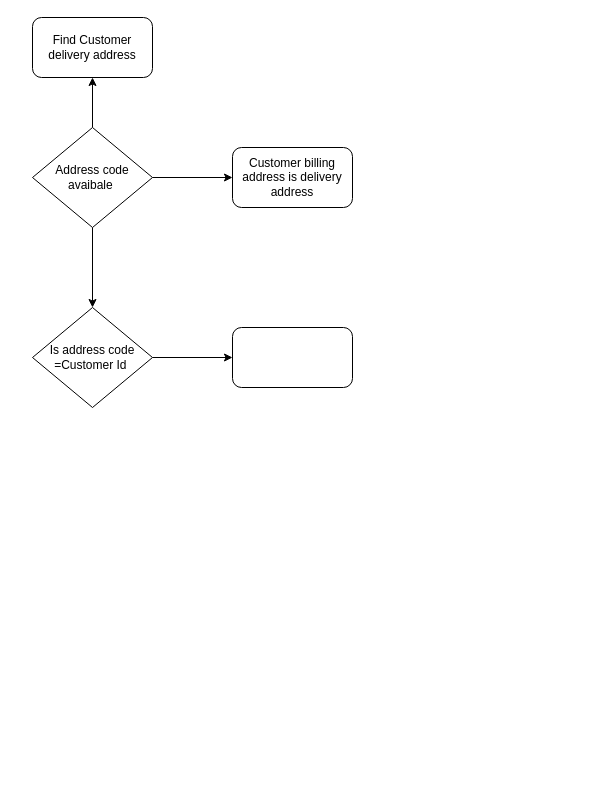
Earlier version of the draw.io diagram Untitled Diagram.drawio (sharmilasonavane24/az204). Source tidied: cells renumbered, new cells numbered last; positions are measured from the earlier drawing's top-left corner, leaving out a move shared by most shapes. Both pictures are drawn from the tidied source at 100%, with x=0, y=0 at pixel (32, 17).
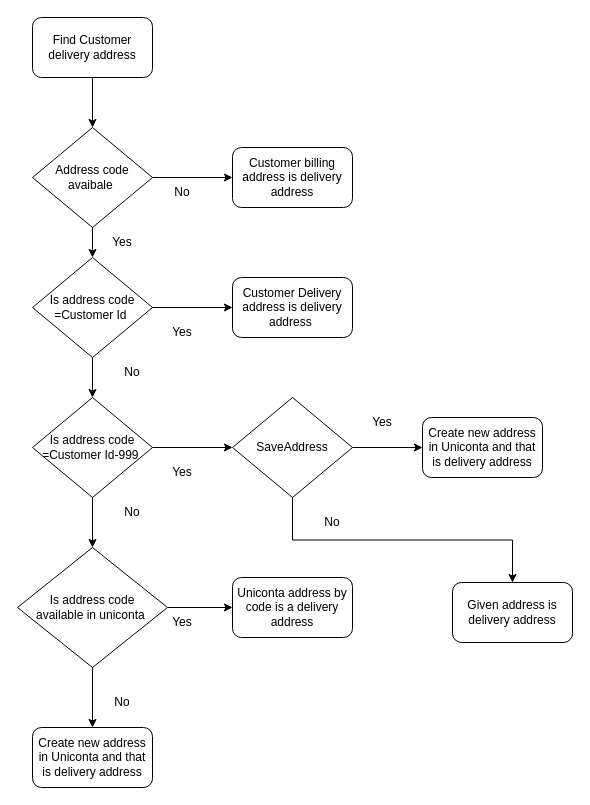
After the change.

The change refers to these unchanged cells:
```xml
<mxCell id="2" value="Find Customer delivery address" style="rounded=1;whiteSpace=wrap;html=1;" parent="1" vertex="1">
  <mxGeometry width="120" height="60" as="geometry" />
</mxCell>
<mxCell id="6" value="Address code avaibale&amp;nbsp;" style="rhombus;whiteSpace=wrap;html=1;" parent="1" vertex="1">
  <mxGeometry y="110" width="120" height="100" as="geometry" />
</mxCell>
```

Diff of the diagram source:
```diff
@@
+    <mxCell id="11" style="edgeStyle=orthogonalEdgeStyle;rounded=0;jettySize=auto;html=1;" parent="1" edge="1" source="2" target="6">
+      <mxGeometry relative="1" as="geometry" />
+    </mxCell>
@@
-    <mxCell id="4" style="edgeStyle=orthogonalEdgeStyle;rounded=0;jettySize=auto;html=1;" parent="1" edge="1" source="6" target="2">
-      <mxGeometry relative="1" as="geometry" />
-    </mxCell>
@@
+    <mxCell id="12" style="edgeStyle=orthogonalEdgeStyle;rounded=0;jettySize=auto;html=1;" parent="1" edge="1" source="9" target="15">
+      <mxGeometry relative="1" as="geometry" />
+    </mxCell>
     <mxCell id="9" value="Is address code =Customer Id&amp;nbsp;" style="rhombus;whiteSpace=wrap;html=1;" parent="1" vertex="1">
-      <mxGeometry y="290" width="120" height="100" as="geometry" />
+      <mxGeometry y="240" width="120" height="100" as="geometry" />
     </mxCell>
-    <mxCell id="10" style="rounded=1;whiteSpace=wrap;html=1;" parent="1" vertex="1">
-      <mxGeometry x="200" y="310" width="120" height="60" as="geometry" />
+    <mxCell id="10" value="Customer Delivery address is delivery address&amp;nbsp;" style="rounded=1;whiteSpace=wrap;html=1;" parent="1" vertex="1">
+      <mxGeometry x="200" y="260" width="120" height="60" as="geometry" />
     </mxCell>
+    <mxCell id="13" style="edgeStyle=orthogonalEdgeStyle;rounded=0;jettySize=auto;html=1;" parent="1" edge="1" source="15" target="18">
+      <mxGeometry relative="1" as="geometry" />
+    </mxCell>
+    <mxCell id="14" style="edgeStyle=orthogonalEdgeStyle;rounded=0;jettySize=auto;html=1;" parent="1" edge="1" source="15" target="24">
+      <mxGeometry relative="1" as="geometry" />
+    </mxCell>
+    <mxCell id="15" value="Is address code =Customer Id-999&amp;nbsp;" style="rhombus;whiteSpace=wrap;html=1;" parent="1" vertex="1">
+      <mxGeometry y="380" width="120" height="100" as="geometry" />
+    </mxCell>
+    <mxCell id="16" style="edgeStyle=orthogonalEdgeStyle;rounded=0;jettySize=auto;html=1;" parent="1" edge="1" source="18" target="27">
+      <mxGeometry relative="1" as="geometry" />
+    </mxCell>
+    <mxCell id="17" style="edgeStyle=orthogonalEdgeStyle;rounded=0;jettySize=auto;html=1;" parent="1" edge="1" source="18" target="29">
+      <mxGeometry relative="1" as="geometry" />
+    </mxCell>
+    <mxCell id="18" value="Is address code &lt;br&gt;available in uniconta&amp;nbsp;" style="rhombus;whiteSpace=wrap;html=1;" parent="1" vertex="1">
+      <mxGeometry x="-15" y="530" width="150" height="120" as="geometry" />
+    </mxCell>
+    <mxCell id="19" value="Yes" style="text;html=1;strokeColor=none;fillColor=none;align=center;verticalAlign=middle;whiteSpace=wrap;rounded=0;" parent="1" vertex="1">
+      <mxGeometry x="120" y="440" width="60" height="30" as="geometry" />
+    </mxCell>
+    <mxCell id="20" value="Yes" style="text;html=1;strokeColor=none;fillColor=none;align=center;verticalAlign=middle;whiteSpace=wrap;rounded=0;" parent="1" vertex="1">
+      <mxGeometry x="120" y="300" width="60" height="30" as="geometry" />
+    </mxCell>
+    <mxCell id="21" value="No" style="text;html=1;strokeColor=none;fillColor=none;align=center;verticalAlign=middle;whiteSpace=wrap;rounded=0;" parent="1" vertex="1">
+      <mxGeometry x="70" y="340" width="60" height="30" as="geometry" />
+    </mxCell>
+    <mxCell id="22" style="edgeStyle=orthogonalEdgeStyle;rounded=0;jettySize=auto;html=1;" parent="1" edge="1" source="24" target="25">
+      <mxGeometry relative="1" as="geometry" />
+    </mxCell>
+    <mxCell id="23" style="edgeStyle=orthogonalEdgeStyle;rounded=0;jettySize=auto;html=1;exitX=0.5;exitY=1;exitDx=0;exitDy=0;entryX=0.5;entryY=0;entryDx=0;entryDy=0;" parent="1" edge="1" source="24" target="32">
+      <mxGeometry relative="1" as="geometry" />
+    </mxCell>
+    <mxCell id="24" value="SaveAddress" style="rhombus;whiteSpace=wrap;html=1;" parent="1" vertex="1">
+      <mxGeometry x="200" y="380" width="120" height="100" as="geometry" />
+    </mxCell>
+    <mxCell id="25" value="Create new address in Uniconta and that is delivery address" style="rounded=1;whiteSpace=wrap;html=1;" parent="1" vertex="1">
+      <mxGeometry x="390" y="400" width="120" height="60" as="geometry" />
+    </mxCell>
+    <mxCell id="26" value="No" style="text;html=1;strokeColor=none;fillColor=none;align=center;verticalAlign=middle;whiteSpace=wrap;rounded=0;" parent="1" vertex="1">
+      <mxGeometry x="70" y="480" width="60" height="30" as="geometry" />
+    </mxCell>
+    <mxCell id="27" value="Uniconta address by code is a delivery address" style="rounded=1;whiteSpace=wrap;html=1;" parent="1" vertex="1">
+      <mxGeometry x="200" y="560" width="120" height="60" as="geometry" />
+    </mxCell>
+    <mxCell id="28" value="Yes" style="text;html=1;strokeColor=none;fillColor=none;align=center;verticalAlign=middle;whiteSpace=wrap;rounded=0;" parent="1" vertex="1">
+      <mxGeometry x="120" y="590" width="60" height="30" as="geometry" />
+    </mxCell>
+    <mxCell id="29" value="Create new address in Uniconta and that is delivery address" style="rounded=1;whiteSpace=wrap;html=1;" parent="1" vertex="1">
+      <mxGeometry y="710" width="120" height="60" as="geometry" />
+    </mxCell>
+    <mxCell id="30" value="Yes" style="text;html=1;strokeColor=none;fillColor=none;align=center;verticalAlign=middle;whiteSpace=wrap;rounded=0;" parent="1" vertex="1">
+      <mxGeometry x="320" y="390" width="60" height="30" as="geometry" />
+    </mxCell>
+    <mxCell id="31" value="No" style="text;html=1;strokeColor=none;fillColor=none;align=center;verticalAlign=middle;whiteSpace=wrap;rounded=0;" parent="1" vertex="1">
+      <mxGeometry x="270" y="490" width="60" height="30" as="geometry" />
+    </mxCell>
+    <mxCell id="32" value="Given address is delivery address" style="rounded=1;whiteSpace=wrap;html=1;" parent="1" vertex="1">
+      <mxGeometry x="420" y="565" width="120" height="60" as="geometry" />
+    </mxCell>
+    <mxCell id="33" value="No" style="text;html=1;strokeColor=none;fillColor=none;align=center;verticalAlign=middle;whiteSpace=wrap;rounded=0;" parent="1" vertex="1">
+      <mxGeometry x="120" y="160" width="60" height="30" as="geometry" />
+    </mxCell>
+    <mxCell id="34" value="Yes" style="text;html=1;strokeColor=none;fillColor=none;align=center;verticalAlign=middle;whiteSpace=wrap;rounded=0;" parent="1" vertex="1">
+      <mxGeometry x="60" y="210" width="60" height="30" as="geometry" />
+    </mxCell>
+    <mxCell id="35" value="No" style="text;html=1;strokeColor=none;fillColor=none;align=center;verticalAlign=middle;whiteSpace=wrap;rounded=0;" parent="1" vertex="1">
+      <mxGeometry x="60" y="670" width="60" height="30" as="geometry" />
+    </mxCell>
```
